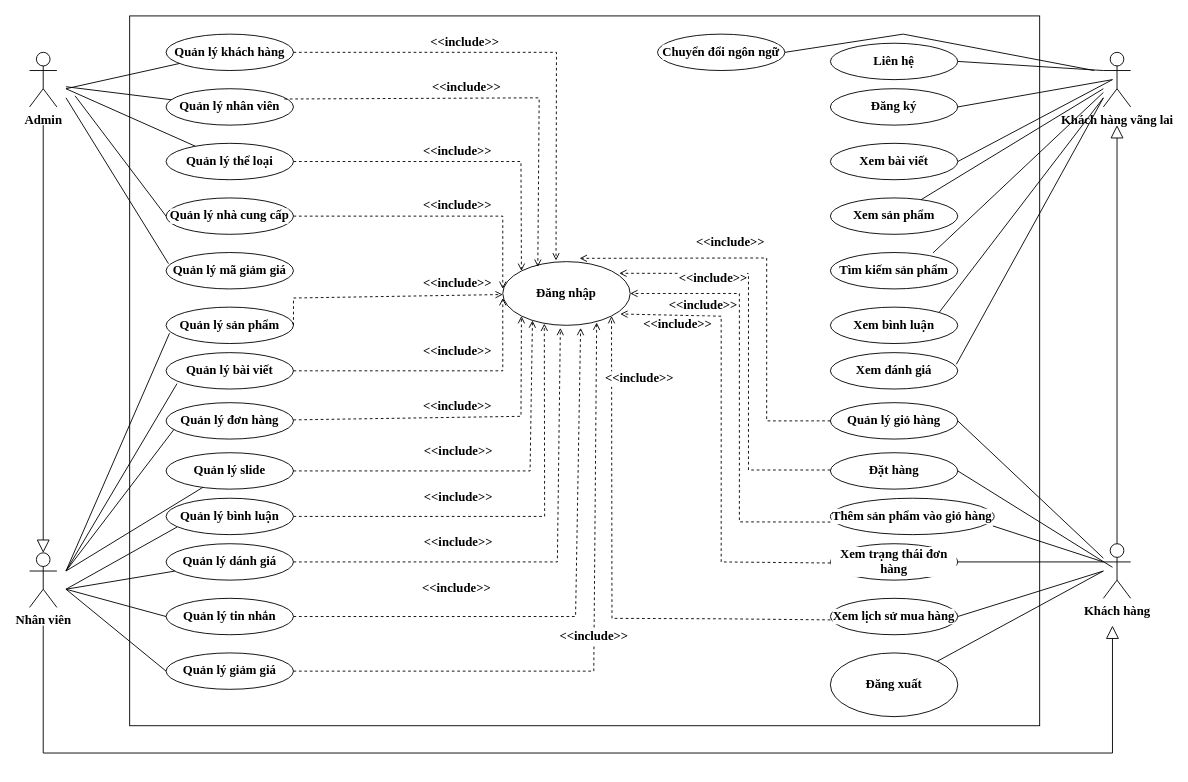
Earlier version of the draw.io diagram page "UC tổng quát" (5 of 62) of Biểu đồ không có tiêu đề.drawio (tongdat27/C-). Source tidied: cells renumbered, new cells numbered last; positions are measured from the earlier drawing's top-left corner, leaving out a move shared by most shapes. Both pictures are drawn from the tidied source at 91%, with x=0, y=0 at pixel (29, 15).
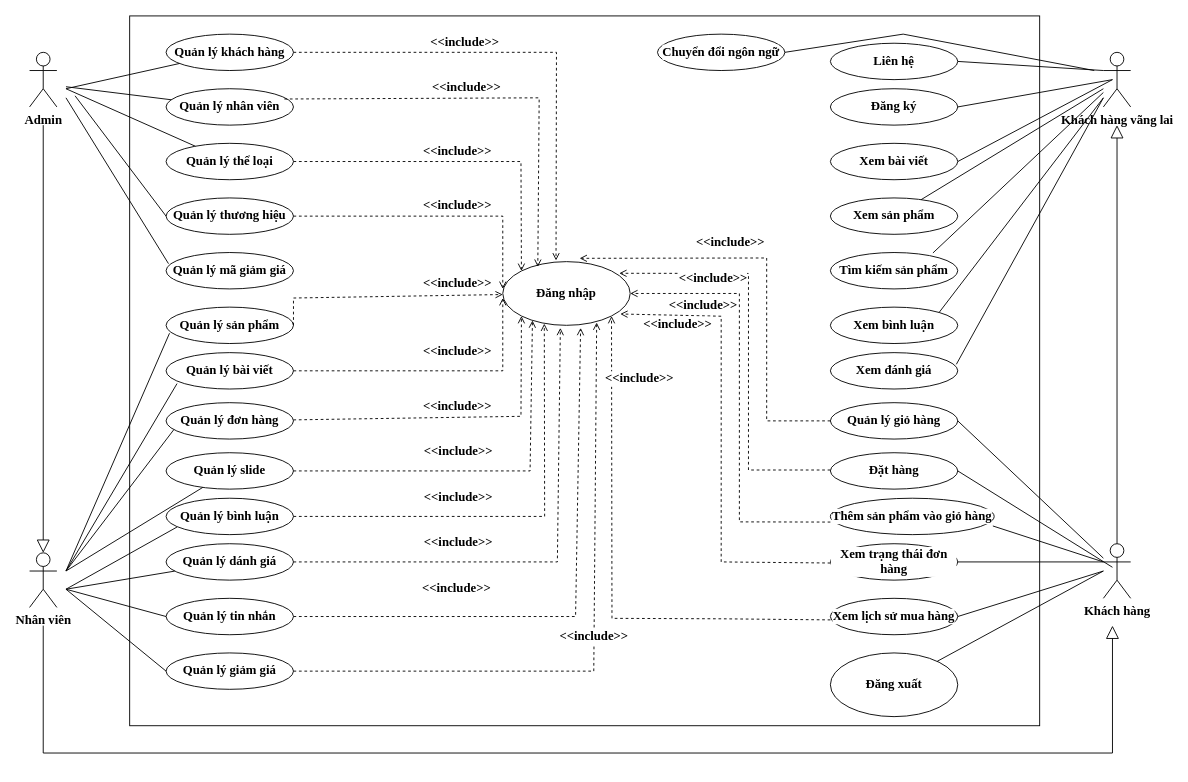
After the change.

The edit, as a diff of the source:
```diff
@@
-    <mxCell id="10" value="&lt;span style=&quot;font-size: 14px;&quot;&gt;Quản lý nhà cung cấp&lt;/span&gt;" style="ellipse;whiteSpace=wrap;html=1;fontFamily=Times New Roman;fontSize=14;labelBackgroundColor=default;fontColor=#000000;fontStyle=1;labelBorderColor=none;" parent="1" vertex="1">
+    <mxCell id="10" value="&lt;span style=&quot;font-size: 14px;&quot;&gt;Quản lý thương hiệu&lt;/span&gt;" style="ellipse;whiteSpace=wrap;html=1;fontFamily=Times New Roman;fontSize=14;labelBackgroundColor=default;fontColor=#000000;fontStyle=1;labelBorderColor=none;" parent="1" vertex="1">
       <mxGeometry x="150" y="200" width="140" height="40" as="geometry" />
     </mxCell>
```
